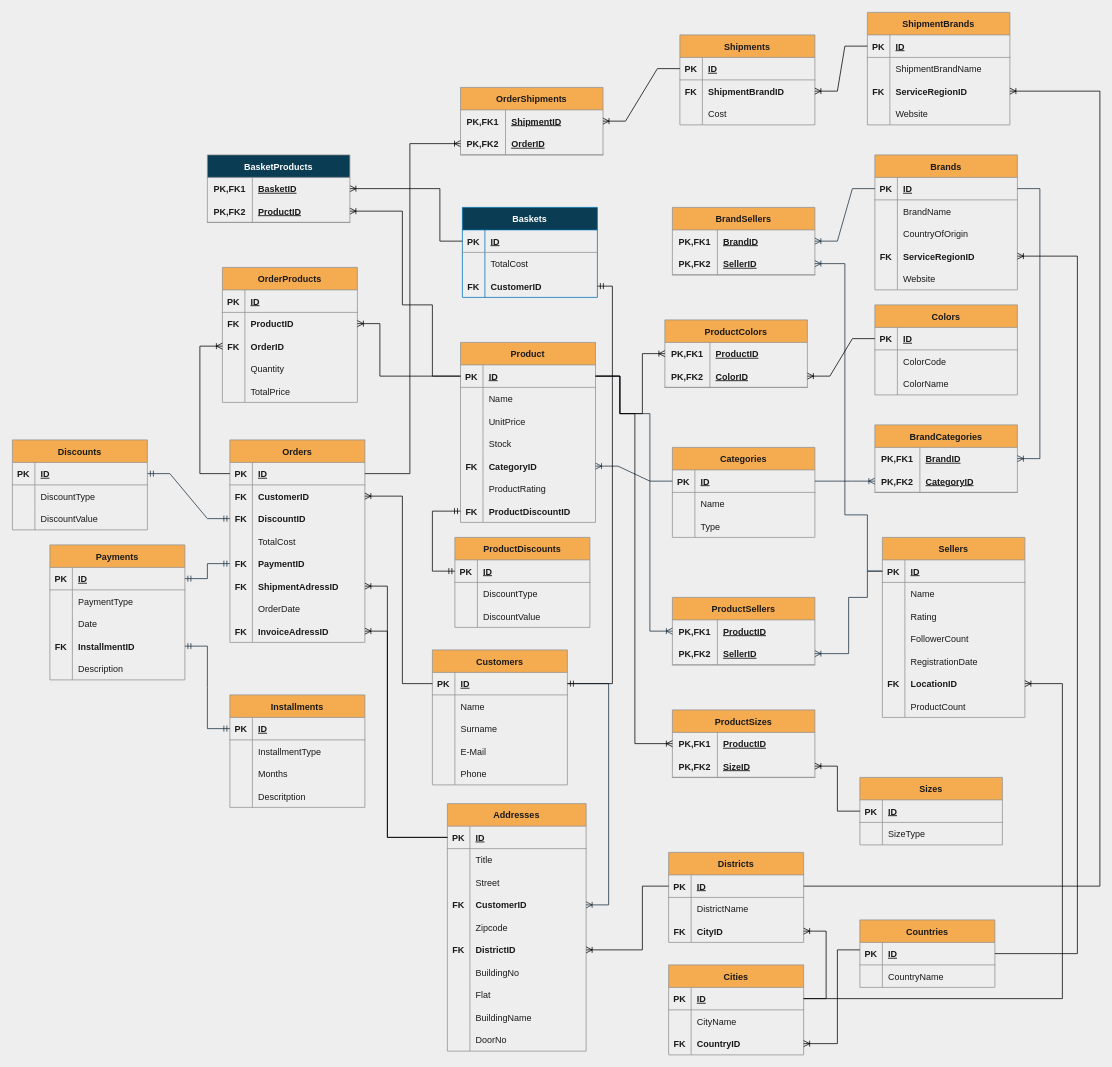
Before: page "Page-1" (1 of 2) of Pair4_ERdiagram.drawio in GGBebe/SQL, a draw.io diagram. Source tidied: cells renumbered, new cells numbered last; positions are measured from the earlier drawing's top-left corner, leaving out a move shared by most shapes. Both pictures are drawn from the tidied source at 75%, with x=0, y=0 at pixel (12, 12).
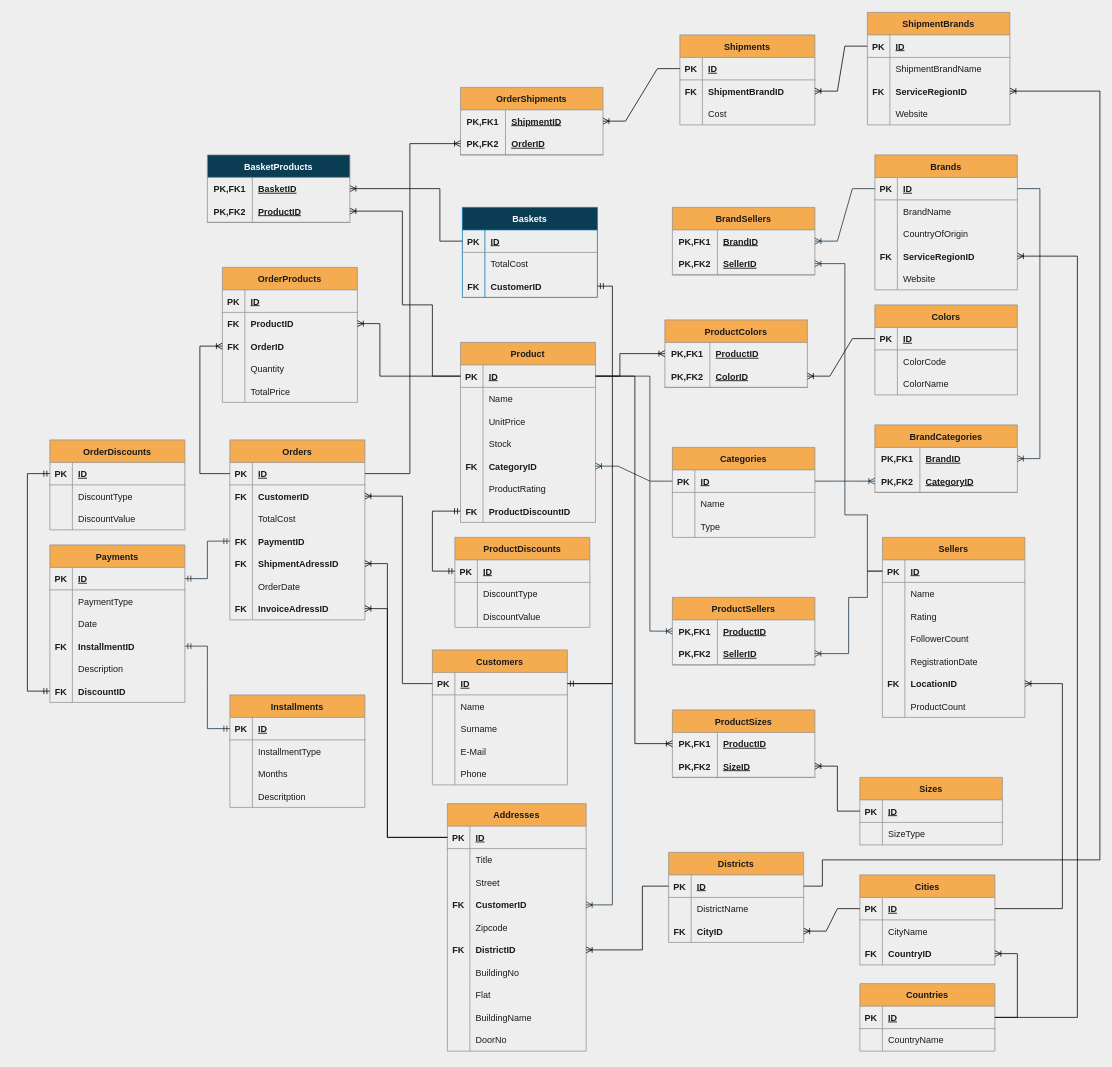
After the change.

Unchanged cells that the change refers to:
```xml
<mxCell id="3" style="shape=tableRow;horizontal=0;startSize=0;swimlaneHead=0;swimlaneBody=0;fillColor=none;points=[[0,0.5],[1,0.5]];portConstraint=eastwest;top=0;left=0;right=0;bottom=1;strokeColor=#909090;fontColor=#1A1A1A;" parent="2" vertex="1">
  <mxGeometry y="30" width="180" height="30" as="geometry" />
</mxCell>
<mxCell id="36" style="shape=tableRow;horizontal=0;startSize=0;swimlaneHead=0;swimlaneBody=0;fillColor=none;points=[[0,0.5],[1,0.5]];portConstraint=eastwest;top=0;left=0;right=0;bottom=1;strokeColor=#909090;fontColor=#1A1A1A;" parent="35" vertex="1">
  <mxGeometry y="30" width="180" height="30" as="geometry" />
</mxCell>
<mxCell id="52" style="shape=tableRow;horizontal=0;startSize=0;swimlaneHead=0;swimlaneBody=0;fillColor=none;points=[[0,0.5],[1,0.5]];portConstraint=eastwest;top=0;left=0;right=0;bottom=1;strokeColor=#909090;fontColor=#1A1A1A;" parent="51" vertex="1">
  <mxGeometry y="30" width="185" height="30" as="geometry" />
</mxCell>
<mxCell id="61" style="shape=tableRow;horizontal=0;startSize=0;swimlaneHead=0;swimlaneBody=0;fillColor=none;points=[[0,0.5],[1,0.5]];portConstraint=eastwest;top=0;left=0;right=0;bottom=0;strokeColor=#909090;fontColor=#1A1A1A;" parent="51" vertex="1">
  <mxGeometry y="120" width="185" height="30" as="geometry" />
</mxCell>
<mxCell id="83" style="shape=tableRow;horizontal=0;startSize=0;swimlaneHead=0;swimlaneBody=0;fillColor=none;points=[[0,0.5],[1,0.5]];portConstraint=eastwest;top=0;left=0;right=0;bottom=0;strokeColor=#909090;fontColor=#1A1A1A;" parent="82" vertex="1">
  <mxGeometry y="30" width="190" height="30" as="geometry" />
</mxCell>
<mxCell id="106" style="shape=tableRow;horizontal=0;startSize=0;swimlaneHead=0;swimlaneBody=0;fillColor=none;points=[[0,0.5],[1,0.5]];portConstraint=eastwest;top=0;left=0;right=0;bottom=0;strokeColor=#909090;fontColor=#1A1A1A;" parent="90" vertex="1">
  <mxGeometry y="180" width="190" height="30" as="geometry" />
</mxCell>
<mxCell id="134" style="shape=tableRow;horizontal=0;startSize=0;swimlaneHead=0;swimlaneBody=0;fillColor=none;points=[[0,0.5],[1,0.5]];portConstraint=eastwest;top=0;left=0;right=0;bottom=0;strokeColor=#909090;fontColor=#1A1A1A;" parent="124" vertex="1">
  <mxGeometry y="120" width="190" height="30" as="geometry" />
</mxCell>
<mxCell id="211" style="shape=tableRow;horizontal=0;startSize=0;swimlaneHead=0;swimlaneBody=0;fillColor=none;points=[[0,0.5],[1,0.5]];portConstraint=eastwest;top=0;left=0;right=0;bottom=1;strokeColor=#909090;fontColor=#1A1A1A;" parent="210" vertex="1">
  <mxGeometry y="30" width="180" height="30" as="geometry" />
</mxCell>
<mxCell id="255" style="shape=tableRow;horizontal=0;startSize=0;swimlaneHead=0;swimlaneBody=0;fillColor=none;points=[[0,0.5],[1,0.5]];portConstraint=eastwest;top=0;left=0;right=0;bottom=0;strokeColor=#909090;fontColor=#1A1A1A;" parent="254" vertex="1">
  <mxGeometry y="30" width="190" height="30" as="geometry" />
</mxCell>
<mxCell id="271" style="shape=tableRow;horizontal=0;startSize=0;swimlaneHead=0;swimlaneBody=0;fillColor=none;points=[[0,0.5],[1,0.5]];portConstraint=eastwest;top=0;left=0;right=0;bottom=0;strokeColor=#909090;fontColor=#1A1A1A;" parent="270" vertex="1">
  <mxGeometry y="30" width="190" height="30" as="geometry" />
</mxCell>
<mxCell id="310" style="shape=tableRow;horizontal=0;startSize=0;swimlaneHead=0;swimlaneBody=0;fillColor=none;points=[[0,0.5],[1,0.5]];portConstraint=eastwest;top=0;left=0;right=0;bottom=1;strokeColor=#909090;fontColor=#1A1A1A;" parent="309" vertex="1">
  <mxGeometry y="30" width="180" height="30" as="geometry" />
</mxCell>
<mxCell id="316" style="shape=tableRow;horizontal=0;startSize=0;swimlaneHead=0;swimlaneBody=0;fillColor=none;points=[[0,0.5],[1,0.5]];portConstraint=eastwest;top=0;left=0;right=0;bottom=0;strokeColor=#909090;fontColor=#1A1A1A;" parent="309" vertex="1">
  <mxGeometry y="90" width="180" height="30" as="geometry" />
</mxCell>
<mxCell id="320" style="shape=tableRow;horizontal=0;startSize=0;swimlaneHead=0;swimlaneBody=0;fillColor=none;points=[[0,0.5],[1,0.5]];portConstraint=eastwest;top=0;left=0;right=0;bottom=1;strokeColor=#909090;fontColor=#1A1A1A;" parent="319" vertex="1">
  <mxGeometry y="30" width="180" height="30" as="geometry" />
</mxCell>
<mxCell id="326" style="shape=tableRow;horizontal=0;startSize=0;swimlaneHead=0;swimlaneBody=0;fillColor=none;points=[[0,0.5],[1,0.5]];portConstraint=eastwest;top=0;left=0;right=0;bottom=0;strokeColor=#909090;fontColor=#1A1A1A;" parent="319" vertex="1">
  <mxGeometry y="90" width="180" height="30" as="geometry" />
</mxCell>
<mxCell id="330" style="shape=tableRow;horizontal=0;startSize=0;swimlaneHead=0;swimlaneBody=0;fillColor=none;points=[[0,0.5],[1,0.5]];portConstraint=eastwest;top=0;left=0;right=0;bottom=1;strokeColor=#909090;fontColor=#1A1A1A;" parent="329" vertex="1">
  <mxGeometry y="30" width="180" height="30" as="geometry" />
</mxCell>
<mxCell id="347" style="shape=tableRow;horizontal=0;startSize=0;swimlaneHead=0;swimlaneBody=0;fillColor=none;points=[[0,0.5],[1,0.5]];portConstraint=eastwest;top=0;left=0;right=0;bottom=0;strokeColor=#909090;fontColor=#1A1A1A;" parent="340" vertex="1">
  <mxGeometry y="90" width="190" height="30" as="geometry" />
</mxCell>
```

Diff of the diagram source:
```diff
@@
     <mxCell id="89" style="edgeStyle=orthogonalEdgeStyle;fontSize=12;html=1;endArrow=ERoneToMany;rounded=0;entryX=0;entryY=0.5;entryDx=0;entryDy=0;exitX=1;exitY=0.5;exitDx=0;exitDy=0;labelBackgroundColor=#EEEEEE;strokeColor=#182E3E;fontColor=#1A1A1A;" parent="1" edge="1" source="3" target="83">
       <mxGeometry relative="1" as="geometry">
         <Array as="points">
-          <mxPoint x="810" y="485" />
-          <mxPoint x="810" y="535" />
-          <mxPoint x="850" y="535" />
+          <mxPoint x="850" y="485" />
           <mxPoint x="850" y="825" />
         </Array>
       </mxGeometry>
     </mxCell>
@@
-    <mxCell id="113" style="edgeStyle=entityRelationEdgeStyle;fontSize=12;html=1;endArrow=ERoneToMany;rounded=0;exitX=1;exitY=0.5;exitDx=0;exitDy=0;labelBackgroundColor=#EEEEEE;strokeColor=#182E3E;fontColor=#1A1A1A;" parent="1" edge="1" source="36" target="61">
-      <mxGeometry relative="1" as="geometry" />
+    <mxCell id="113" style="edgeStyle=orthogonalEdgeStyle;fontSize=12;html=1;endArrow=ERoneToMany;rounded=0;exitX=1;exitY=0.5;exitDx=0;exitDy=0;labelBackgroundColor=#EEEEEE;strokeColor=#182E3E;fontColor=#1A1A1A;" parent="1" edge="1" source="36" target="61">
+      <mxGeometry relative="1" as="geometry">
+        <Array as="points">
+          <mxPoint x="800" y="895" />
+          <mxPoint x="800" y="1190" />
+        </Array>
+      </mxGeometry>
     </mxCell>
@@
     <mxCell id="168" value="Orders" style="shape=table;startSize=30;childLayout=tableLayout;rowLines=0;fontStyle=1;align=center;fillColor=#F5AB50;strokeColor=#909090;fontColor=#1A1A1A;" parent="1" vertex="1">
-      <mxGeometry x="290" y="570" width="180" height="270" as="geometry" />
+      <mxGeometry x="290" y="570" width="180" height="240" as="geometry" />
     </mxCell>
@@
-    <mxCell id="175" style="shape=tableRow;horizontal=0;startSize=0;swimlaneHead=0;swimlaneBody=0;fillColor=none;points=[[0,0.5],[1,0.5]];portConstraint=eastwest;top=0;left=0;right=0;bottom=0;strokeColor=#909090;fontColor=#1A1A1A;" parent="168" vertex="1">
-      <mxGeometry y="90" width="180" height="30" as="geometry" />
-    </mxCell>
-    <mxCell id="176" value="FK" style="shape=partialRectangle;fillColor=none;top=0;left=0;bottom=0;right=0;overflow=hidden;fontStyle=1;strokeColor=#909090;fontColor=#1A1A1A;" parent="175" vertex="1">
-      <mxGeometry width="30" height="30" as="geometry" />
-    </mxCell>
-    <mxCell id="177" value="DiscountID " style="shape=partialRectangle;fillColor=none;top=0;left=0;bottom=0;right=0;align=left;spacingLeft=6;overflow=hidden;fontStyle=1;strokeColor=#909090;fontColor=#1A1A1A;" parent="175" vertex="1">
-      <mxGeometry x="30" width="150" height="30" as="geometry" />
-    </mxCell>
     <mxCell id="178" style="shape=tableRow;horizontal=0;startSize=0;swimlaneHead=0;swimlaneBody=0;fillColor=none;top=0;left=0;right=0;bottom=0;strokeColor=#909090;fontColor=#1A1A1A;" parent="168" vertex="1">
-      <mxGeometry y="120" width="180" height="30" as="geometry" />
+      <mxGeometry y="90" width="180" height="30" as="geometry" />
     </mxCell>
@@
     <mxCell id="181" style="shape=tableRow;horizontal=0;startSize=0;swimlaneHead=0;swimlaneBody=0;fillColor=none;points=[[0,0.5],[1,0.5]];portConstraint=eastwest;top=0;left=0;right=0;bottom=0;strokeColor=#909090;fontColor=#1A1A1A;" parent="168" vertex="1">
-      <mxGeometry y="150" width="180" height="30" as="geometry" />
+      <mxGeometry y="120" width="180" height="30" as="geometry" />
     </mxCell>
@@
     <mxCell id="184" style="shape=tableRow;horizontal=0;startSize=0;swimlaneHead=0;swimlaneBody=0;fillColor=none;points=[[0,0.5],[1,0.5]];portConstraint=eastwest;top=0;left=0;right=0;bottom=0;strokeColor=#909090;fontColor=#1A1A1A;" parent="168" vertex="1">
-      <mxGeometry y="180" width="180" height="30" as="geometry" />
+      <mxGeometry y="150" width="180" height="30" as="geometry" />
     </mxCell>
@@
     <mxCell id="187" style="shape=tableRow;horizontal=0;startSize=0;swimlaneHead=0;swimlaneBody=0;fillColor=none;top=0;left=0;right=0;bottom=0;strokeColor=#909090;fontColor=#1A1A1A;" parent="168" vertex="1">
-      <mxGeometry y="210" width="180" height="30" as="geometry" />
+      <mxGeometry y="180" width="180" height="30" as="geometry" />
     </mxCell>
@@
     <mxCell id="190" style="shape=tableRow;horizontal=0;startSize=0;swimlaneHead=0;swimlaneBody=0;fillColor=none;points=[[0,0.5],[1,0.5]];portConstraint=eastwest;top=0;left=0;right=0;bottom=0;strokeColor=#909090;fontColor=#1A1A1A;" parent="168" vertex="1">
-      <mxGeometry y="240" width="180" height="30" as="geometry" />
+      <mxGeometry y="210" width="180" height="30" as="geometry" />
     </mxCell>
@@
     <mxCell id="193" value="Payments" style="shape=table;startSize=30;childLayout=tableLayout;rowLines=0;fontStyle=1;align=center;fillColor=#F5AB50;strokeColor=#909090;fontColor=#1A1A1A;" parent="1" vertex="1">
-      <mxGeometry x="50" y="710" width="180" height="180" as="geometry" />
+      <mxGeometry x="50" y="710" width="180" height="210" as="geometry" />
     </mxCell>
@@
+    <mxCell id="368" style="shape=tableRow;horizontal=0;startSize=0;swimlaneHead=0;swimlaneBody=0;fillColor=none;points=[[0,0.5],[1,0.5]];portConstraint=eastwest;top=0;left=0;right=0;bottom=0;strokeColor=#909090;fontColor=#1A1A1A;" parent="193" vertex="1">
+      <mxGeometry y="180" width="180" height="30" as="geometry" />
+    </mxCell>
+    <mxCell id="176" value="FK" style="shape=partialRectangle;fillColor=none;top=0;left=0;bottom=0;right=0;overflow=hidden;strokeColor=#909090;fontColor=#1A1A1A;fontStyle=1;" parent="368" vertex="1">
+      <mxGeometry width="30" height="30" as="geometry" />
+    </mxCell>
+    <mxCell id="177" value="DiscountID" style="shape=partialRectangle;fillColor=none;top=0;left=0;bottom=0;right=0;align=left;spacingLeft=6;overflow=hidden;strokeColor=#909090;fontColor=#1A1A1A;fontStyle=1;" parent="368" vertex="1">
+      <mxGeometry x="30" width="150" height="30" as="geometry" />
+    </mxCell>
@@
-    <mxCell id="210" value="Discounts" style="shape=table;startSize=30;childLayout=tableLayout;rowLines=0;fontStyle=1;align=center;fillColor=#F5AB50;strokeColor=#909090;fontColor=#1A1A1A;" parent="1" vertex="1">
-      <mxGeometry y="570" width="180" height="120" as="geometry" />
+    <mxCell id="210" value="OrderDiscounts" style="shape=table;startSize=30;childLayout=tableLayout;rowLines=0;fontStyle=1;align=center;fillColor=#F5AB50;strokeColor=#909090;fontColor=#1A1A1A;" parent="1" vertex="1">
+      <mxGeometry x="50" y="570" width="180" height="120" as="geometry" />
     </mxCell>
@@
-    <mxCell id="220" style="edgeStyle=entityRelationEdgeStyle;fontSize=12;html=1;endArrow=ERmandOne;startArrow=ERmandOne;rounded=0;exitX=1;exitY=0.5;exitDx=0;exitDy=0;entryX=0;entryY=0.5;entryDx=0;entryDy=0;labelBackgroundColor=#EEEEEE;strokeColor=#182E3E;fontColor=#1A1A1A;" parent="1" edge="1" source="211" target="175">
-      <mxGeometry relative="1" as="geometry" />
-    </mxCell>
@@
-    <mxCell id="252" style="edgeStyle=orthogonalEdgeStyle;fontSize=12;html=1;endArrow=ERoneToMany;rounded=0;exitX=0;exitY=0.5;exitDx=0;exitDy=0;" parent="1" edge="1" source="52" target="184">
+    <mxCell id="252" style="edgeStyle=orthogonalEdgeStyle;fontSize=12;html=1;endArrow=ERoneToMany;rounded=0;exitX=0;exitY=0.5;exitDx=0;exitDy=0;entryX=1;entryY=0.5;entryDx=0;entryDy=0;" parent="1" edge="1" source="52" target="184">
       <mxGeometry relative="1" as="geometry">
         <Array as="points">
           <mxPoint x="500" y="1100" />
-          <mxPoint x="500" y="765" />
+          <mxPoint x="500" y="735" />
         </Array>
       </mxGeometry>
     </mxCell>
@@
     <mxCell id="262" style="edgeStyle=orthogonalEdgeStyle;fontSize=12;html=1;endArrow=ERoneToMany;rounded=0;exitX=1;exitY=0.5;exitDx=0;exitDy=0;entryX=0;entryY=0.5;entryDx=0;entryDy=0;" parent="1" edge="1" source="3" target="255">
       <mxGeometry relative="1" as="geometry">
         <Array as="points">
           <mxPoint x="810" y="485" />
-          <mxPoint x="810" y="535" />
-          <mxPoint x="840" y="535" />
-          <mxPoint x="840" y="455" />
+          <mxPoint x="810" y="455" />
         </Array>
       </mxGeometry>
     </mxCell>
@@
     <mxCell id="277" style="edgeStyle=orthogonalEdgeStyle;fontSize=12;html=1;endArrow=ERoneToMany;rounded=0;entryX=0;entryY=0.5;entryDx=0;entryDy=0;exitX=1;exitY=0.5;exitDx=0;exitDy=0;" parent="1" edge="1" source="3" target="271">
       <mxGeometry relative="1" as="geometry">
         <Array as="points">
-          <mxPoint x="810" y="485" />
-          <mxPoint x="810" y="535" />
-          <mxPoint x="830" y="535" />
+          <mxPoint x="830" y="485" />
           <mxPoint x="830" y="975" />
         </Array>
       </mxGeometry>
     </mxCell>
@@
     <mxCell id="309" value="Cities" style="shape=table;startSize=30;childLayout=tableLayout;rowLines=0;fontStyle=1;align=center;fillColor=#F5AB50;strokeColor=#909090;fontColor=#1A1A1A;" parent="1" vertex="1">
-      <mxGeometry x="875" y="1270" width="180" height="120" as="geometry" />
+      <mxGeometry x="1130" y="1150" width="180" height="120" as="geometry" />
     </mxCell>
@@
     <mxCell id="329" value="Countries" style="shape=table;startSize=30;childLayout=tableLayout;rowLines=0;fontStyle=1;align=center;fillColor=#F5AB50;strokeColor=#909090;fontColor=#1A1A1A;" parent="1" vertex="1">
-      <mxGeometry x="1130" y="1210" width="180" height="90" as="geometry" />
+      <mxGeometry x="1130" y="1295" width="180" height="90" as="geometry" />
     </mxCell>
@@
-    <mxCell id="336" style="edgeStyle=orthogonalEdgeStyle;fontSize=12;html=1;endArrow=ERoneToMany;rounded=0;entryX=1;entryY=0.5;entryDx=0;entryDy=0;" parent="1" edge="1" source="330" target="316">
-      <mxGeometry relative="1" as="geometry">
-        <Array as="points">
-          <mxPoint x="1100" y="1250" />
-          <mxPoint x="1100" y="1375" />
-        </Array>
-      </mxGeometry>
+    <mxCell id="336" style="edgeStyle=entityRelationEdgeStyle;fontSize=12;html=1;endArrow=ERoneToMany;rounded=0;entryX=1;entryY=0.5;entryDx=0;entryDy=0;exitX=1;exitY=0.5;exitDx=0;exitDy=0;" parent="1" edge="1" source="330" target="316">
+      <mxGeometry relative="1" as="geometry" />
     </mxCell>
-    <mxCell id="337" style="edgeStyle=entityRelationEdgeStyle;fontSize=12;html=1;endArrow=ERoneToMany;rounded=0;exitX=1;exitY=0.5;exitDx=0;exitDy=0;entryX=1;entryY=0.5;entryDx=0;entryDy=0;" parent="1" edge="1" source="310" target="326">
+    <mxCell id="337" style="edgeStyle=entityRelationEdgeStyle;fontSize=12;html=1;endArrow=ERoneToMany;rounded=0;exitX=0;exitY=0.5;exitDx=0;exitDy=0;entryX=1;entryY=0.5;entryDx=0;entryDy=0;" parent="1" edge="1" source="310" target="326">
       <mxGeometry relative="1" as="geometry" />
     </mxCell>
@@
-    <mxCell id="339" style="edgeStyle=orthogonalEdgeStyle;fontSize=12;html=1;endArrow=ERoneToMany;rounded=0;entryX=1;entryY=0.5;entryDx=0;entryDy=0;exitX=0;exitY=0.5;exitDx=0;exitDy=0;" parent="1" edge="1" source="52" target="190">
+    <mxCell id="339" style="edgeStyle=orthogonalEdgeStyle;fontSize=12;html=1;endArrow=ERoneToMany;rounded=0;exitX=0;exitY=0.5;exitDx=0;exitDy=0;entryX=1;entryY=0.5;entryDx=0;entryDy=0;" parent="1" edge="1" source="52" target="190">
       <mxGeometry relative="1" as="geometry">
         <Array as="points">
           <mxPoint x="500" y="1100" />
-          <mxPoint x="500" y="825" />
+          <mxPoint x="500" y="795" />
         </Array>
       </mxGeometry>
     </mxCell>
@@
     <mxCell id="365" style="edgeStyle=orthogonalEdgeStyle;fontSize=12;html=1;endArrow=ERoneToMany;rounded=0;exitX=1;exitY=0.5;exitDx=0;exitDy=0;entryX=1;entryY=0.5;entryDx=0;entryDy=0;" parent="1" edge="1" source="320" target="347">
       <mxGeometry relative="1" as="geometry">
         <Array as="points">
-          <mxPoint x="1450" y="1165" />
+          <mxPoint x="1080" y="1165" />
+          <mxPoint x="1080" y="1130" />
+          <mxPoint x="1450" y="1130" />
           <mxPoint x="1450" y="105" />
         </Array>
       </mxGeometry>
     </mxCell>
     <mxCell id="366" style="edgeStyle=orthogonalEdgeStyle;fontSize=12;html=1;endArrow=ERoneToMany;rounded=0;exitX=1;exitY=0.5;exitDx=0;exitDy=0;entryX=1;entryY=0.5;entryDx=0;entryDy=0;" parent="1" edge="1" source="330" target="134">
       <mxGeometry relative="1" as="geometry">
         <Array as="points">
-          <mxPoint x="1420" y="1255" />
+          <mxPoint x="1420" y="1340" />
           <mxPoint x="1420" y="325" />
         </Array>
       </mxGeometry>
     </mxCell>
     <mxCell id="367" style="edgeStyle=orthogonalEdgeStyle;fontSize=12;html=1;endArrow=ERoneToMany;rounded=0;exitX=1;exitY=0.5;exitDx=0;exitDy=0;entryX=1;entryY=0.5;entryDx=0;entryDy=0;" parent="1" edge="1" source="310" target="106">
       <mxGeometry relative="1" as="geometry">
         <Array as="points">
-          <mxPoint x="1400" y="1315" />
+          <mxPoint x="1400" y="1195" />
           <mxPoint x="1400" y="895" />
         </Array>
       </mxGeometry>
     </mxCell>
+    <mxCell id="369" style="edgeStyle=orthogonalEdgeStyle;fontSize=12;html=1;endArrow=ERmandOne;startArrow=ERmandOne;rounded=0;entryX=0;entryY=0.5;entryDx=0;entryDy=0;exitX=0;exitY=0.5;exitDx=0;exitDy=0;" parent="1" edge="1" source="368" target="211">
+      <mxGeometry relative="1" as="geometry">
+        <Array as="points">
+          <mxPoint x="20" y="905" />
+          <mxPoint x="20" y="615" />
+        </Array>
+      </mxGeometry>
+    </mxCell>
```
